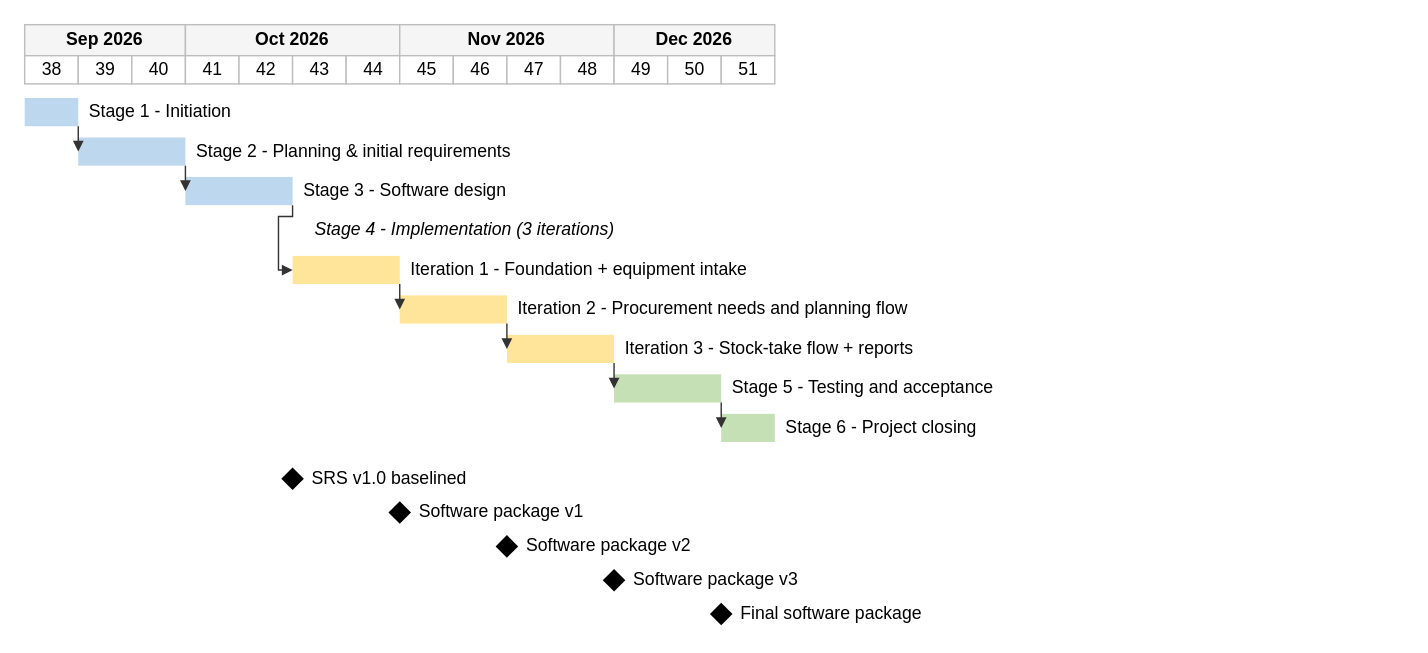
Earlier version of the draw.io diagram docs/ENG/diagram/Report 2/Project schedule.drawio (LuuDong2004/SEP490_G123_SFEMS). Source tidied: cells renumbered, new cells numbered last; positions are measured from the earlier drawing's top-left corner, leaving out a move shared by most shapes. Both pictures are drawn from the tidied source at 141%, with x=0, y=0 at pixel (24, 24).
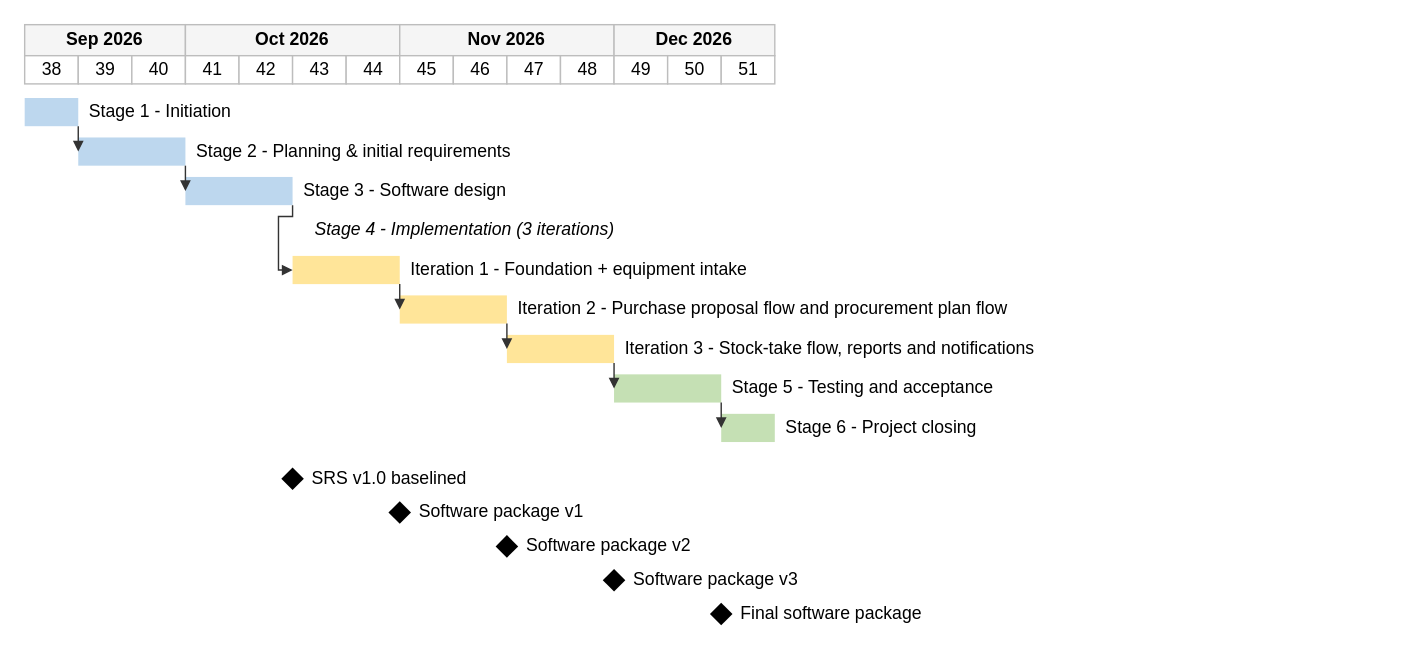
The same diagram, later.

Change to the diagram source:
```diff
@@
-    <mxCell id="32" value="Iteration 2 - Procurement needs and planning flow" style="text;align=left;verticalAlign=middle;spacingLeft=0;fontFamily=Arial;fontSize=12.5;html=1;" parent="1" vertex="1">
+    <mxCell id="32" value="Iteration 2 - Purchase proposal flow and procurement plan flow" style="text;align=left;verticalAlign=middle;spacingLeft=0;fontFamily=Arial;fontSize=12.5;html=1;" parent="1" vertex="1">
       <mxGeometry x="348" y="192" width="440" height="20" as="geometry" />
     </mxCell>
@@
-    <mxCell id="35" value="Iteration 3 - Stock-take flow + reports" style="text;align=left;verticalAlign=middle;spacingLeft=0;fontFamily=Arial;fontSize=12.5;html=1;" parent="1" vertex="1">
+    <mxCell id="35" value="Iteration 3 - Stock-take flow, reports and notifications" style="text;align=left;verticalAlign=middle;spacingLeft=0;fontFamily=Arial;fontSize=12.5;html=1;" parent="1" vertex="1">
       <mxGeometry x="424" y="220" width="440" height="20" as="geometry" />
     </mxCell>
```
